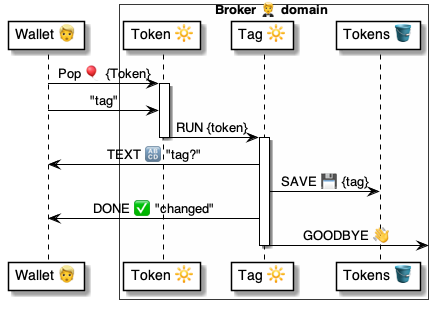
pollyweb-org/pollyweb-docs keeps this PlantUML diagram as 4 ⚙️ Solution/20 🧑‍🦰 UI/Brokers 🤵/🤵😃 Broker talkers/PopToken 🎫 talker/Token » Tag/🤵 PopTokenTag ⚙️ uml.png. Above is the earlier version. Its source is kept beside it as 4 ⚙️ Solution/20 🧑‍🦰 UI/Brokers 🤵/🤵😃 Broker talkers/PopToken 🎫 talker/Token » Tag/🤵 PopTokenTag ⚙️ uml.puml. Its diagram source:
```plantuml
@startuml PopTokenTag

participant "Wallet 👱" as wallet
box Broker 🤵 domain #FFFFFA
    participant "Token 🔆" as token
    participant "Tag 🔆" as tag
    participant "Tokens 🪣" as tokens
end box


wallet -> token: Pop 🎈 {Token}

activate token
    wallet -> token: "tag"
    token -> tag: RUN {token}
deactivate token

activate tag
    tag -> wallet: TEXT 🔠 "tag?"
    tag -> tokens: SAVE 💾 {tag}
    tag -> wallet: DONE ✅ "changed"
    tag -> : GOODBYE 👋
deactivate tag

@enduml
```
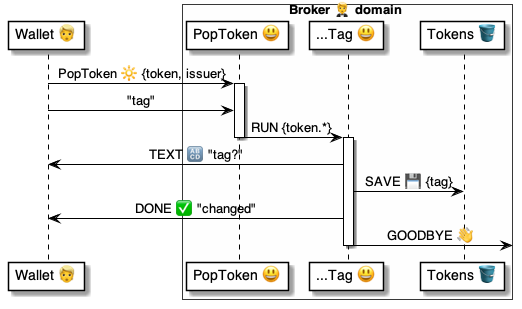
After the change.

Change to the diagram source:
```diff
@@ -2,17 +2,17 @@
 
 participant "Wallet 👱" as wallet
 box Broker 🤵 domain #FFFFFA
-    participant "Token 🔆" as token
-    participant "Tag 🔆" as tag
+    participant "PopToken 😃" as token
+    participant "...Tag 😃" as tag
     participant "Tokens 🪣" as tokens
 end box
 
 
-wallet -> token: Pop 🎈 {Token}
+wallet -> token: PopToken 🔆 {token, issuer}
 
 activate token
     wallet -> token: "tag"
-    token -> tag: RUN {token}
+    token -> tag: RUN {token.*}
 deactivate token
 
 activate tag
```
